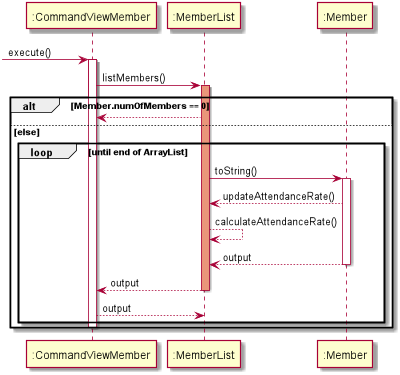
Before: docs/hrDiagramPic/CommandViewMember.png, a diagram exported from PlantUML (nus-cs2113-AY2021S1/tp).
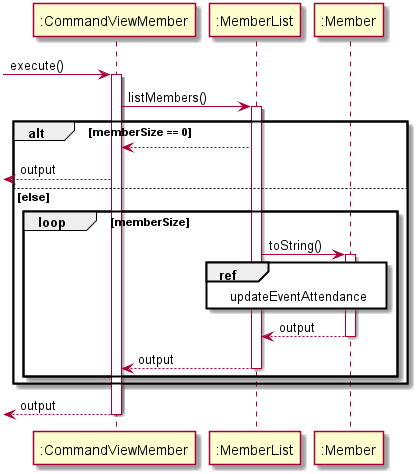
Above is the later version.

Diff of the diagram source:
```diff
@@ -4,23 +4,25 @@
 activate ":CommandViewMember"
 
 ":CommandViewMember"  -> ":MemberList":listMembers()
-activate ":MemberList" #DarkSalmon
-alt Member.numOfMembers == 0
+activate ":MemberList"
+alt memberSize == 0
     ":MemberList" --> ":CommandViewMember"
+    <-- ":CommandViewMember" : output
 else else
-    loop until end of ArrayList
+    loop memberSize
         ":MemberList" -> ":Member" : toString()
         activate ":Member"
-        ":Member" --> ":MemberList" : updateAttendanceRate()
-        ":MemberList" --> ":MemberList" : calculateAttendanceRate()
+        ref over ":Member", ":MemberList"
+            updateEventAttendance
+        end ref
         return output
         deactivate ":Member"
         ":MemberList" --> ":CommandViewMember" : output
         deactivate ":MemberList"
-        return output
     end
     deactivate ":MemberList"
-    deactivate ":MemberList"
-    deactivate ":CommandViewMember"
 end
+<-- ":CommandViewMember" : output
+deactivate ":CommandViewMember"
+
 @enduml
```
